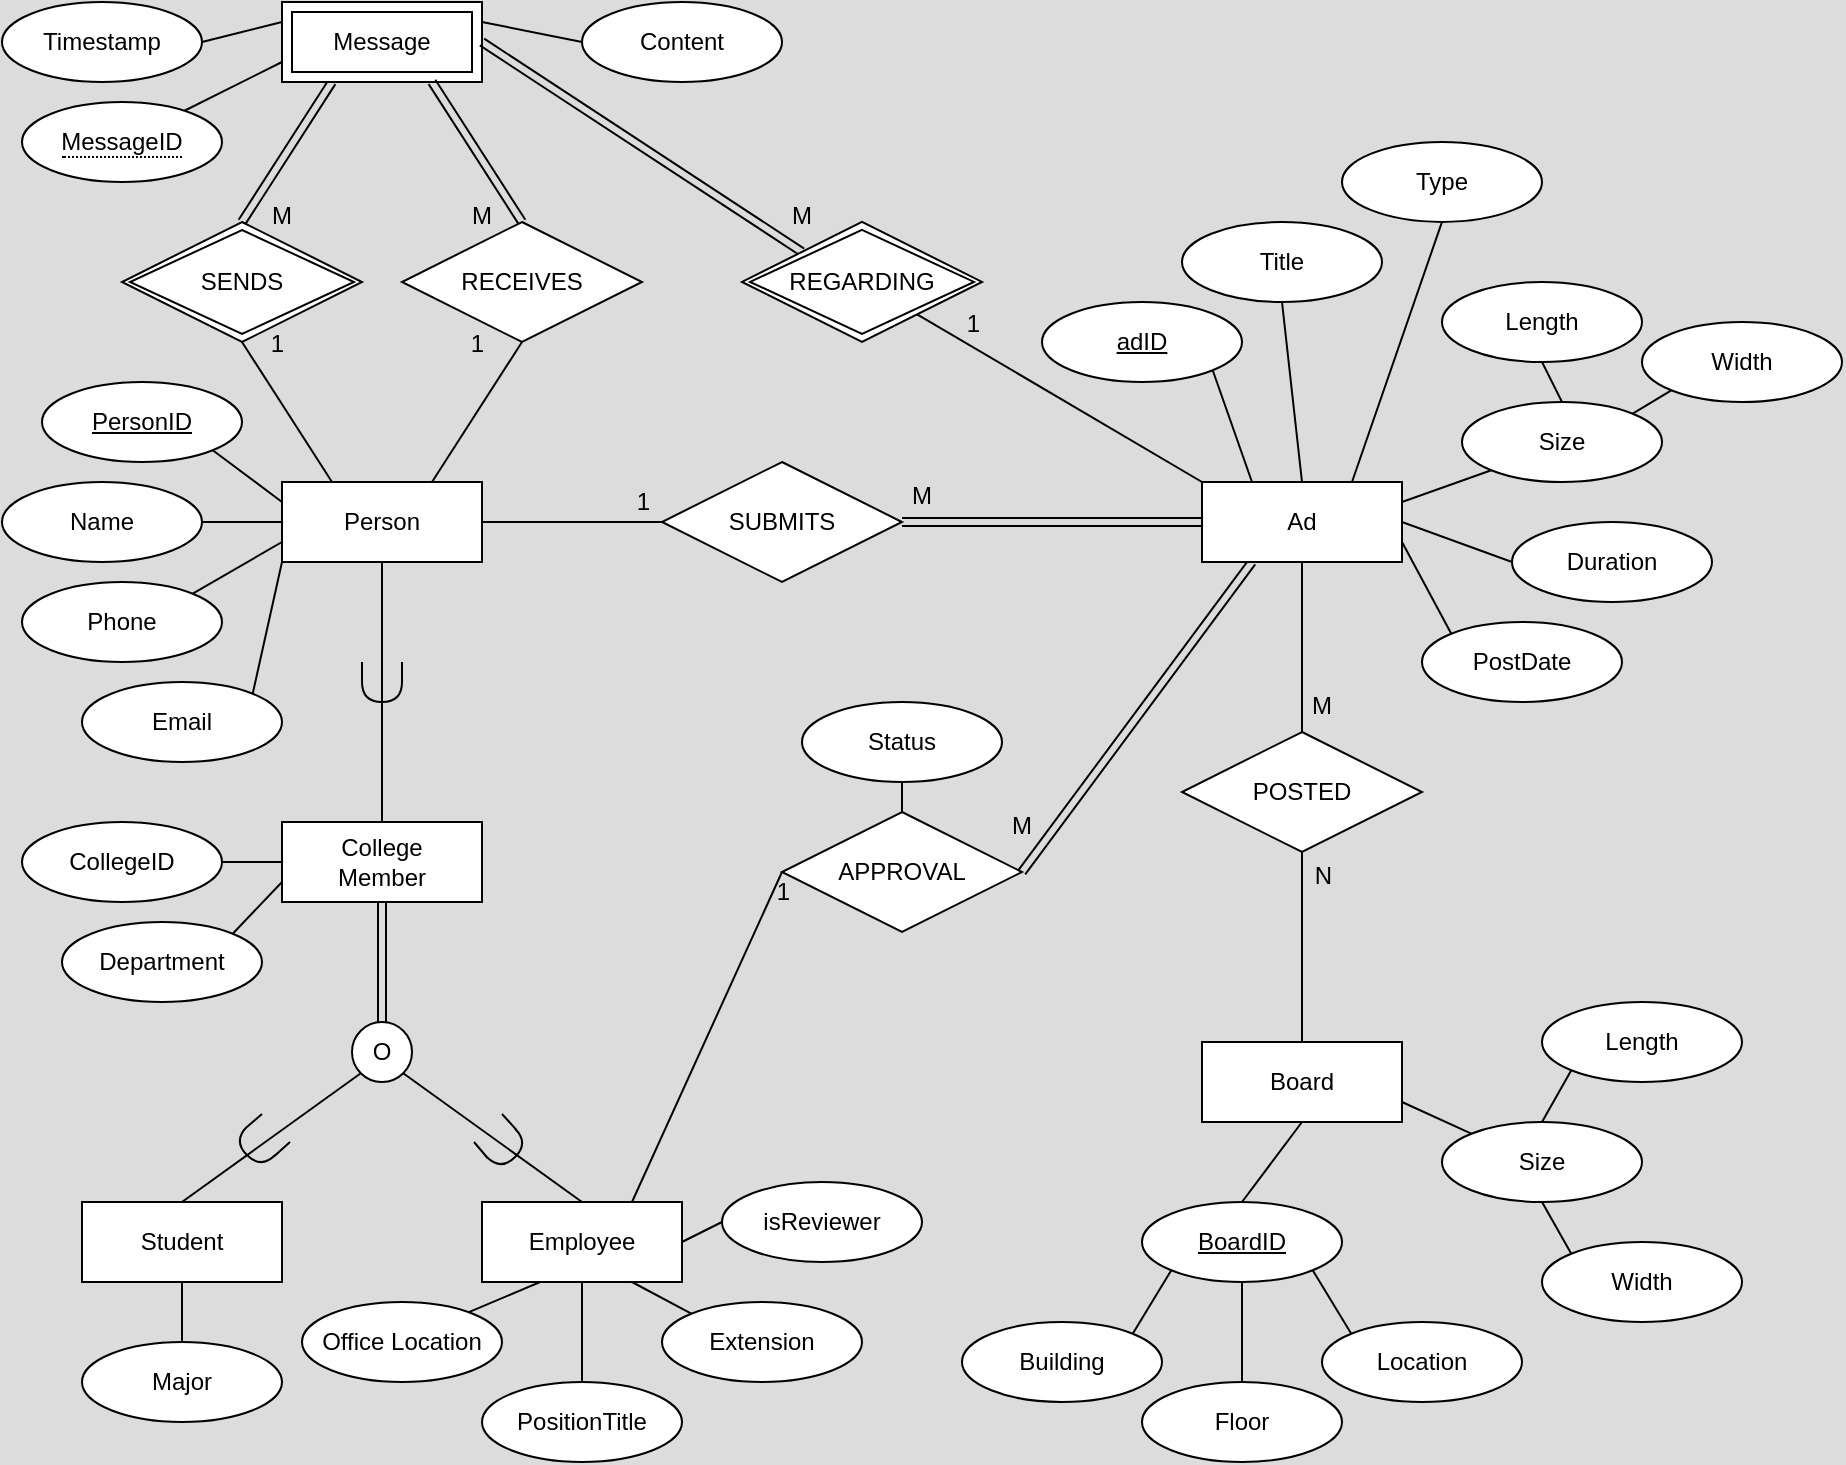
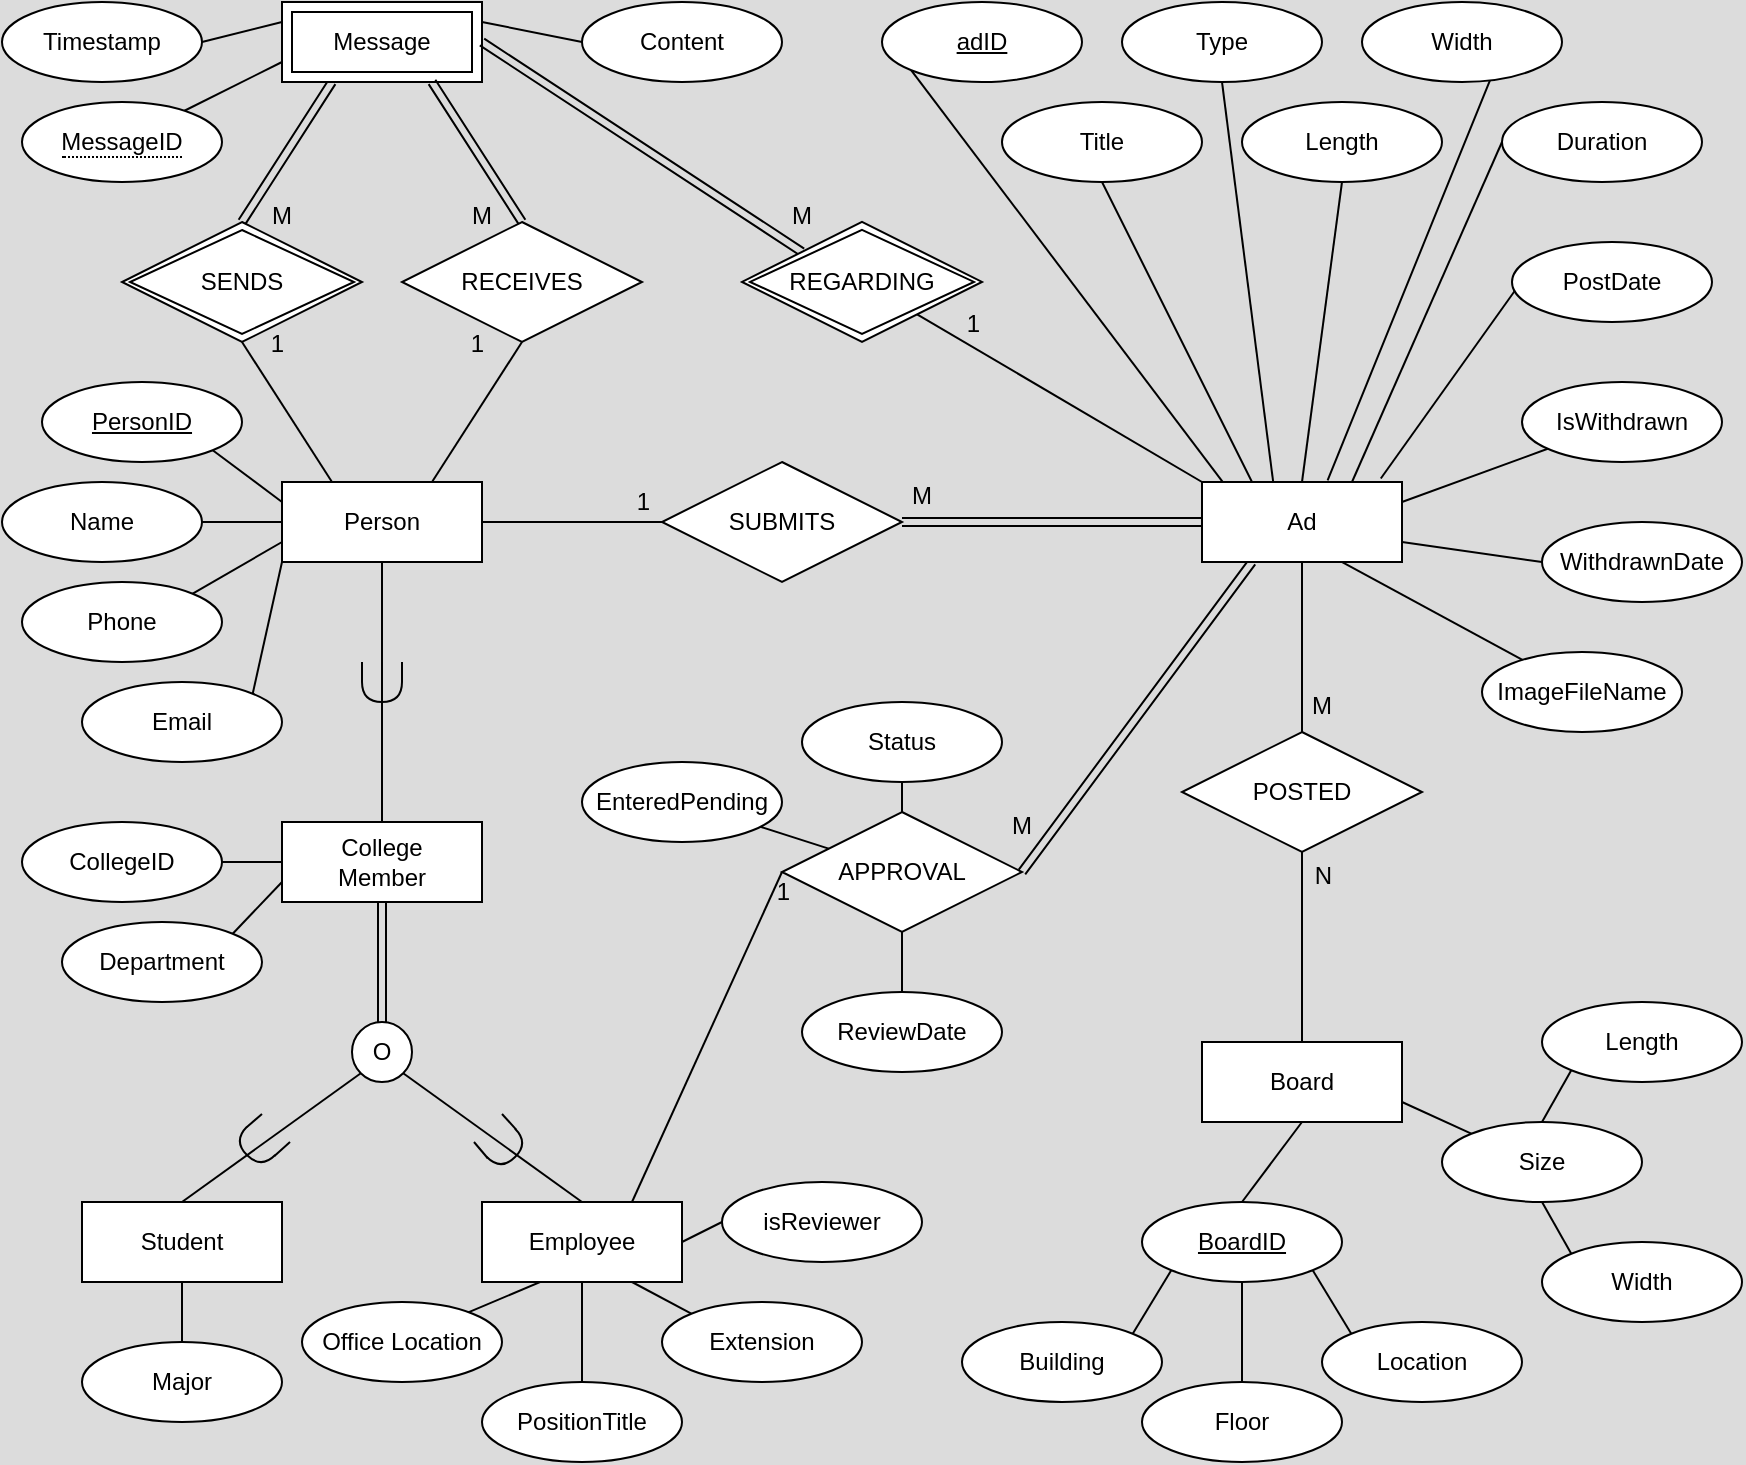
<mxfile host="app.diagrams.net">
  <diagram name="Page-1" id="t_0zIFCbKUCduQw0ADVE">
-     <mxGraphModel dx="-4" dy="1305" grid="1" gridSize="10" guides="1" tooltips="1" connect="1" arrows="1" fold="1" page="1" pageScale="1" pageWidth="850" pageHeight="1100" background="light-dark(#DCDCDC,#1B1B1B)" math="0" shadow="0">
+     <mxGraphModel dx="1204" dy="1111" grid="1" gridSize="10" guides="1" tooltips="1" connect="1" arrows="1" fold="1" page="1" pageScale="1" pageWidth="850" pageHeight="1100" background="light-dark(#DCDCDC,#1B1B1B)" math="0" shadow="0">
      <root>
        <mxCell id="0" />
        <mxCell id="1" parent="0" />
        <mxCell id="K2l_2vHRuqsQ6a_B9al5-7" edge="1" parent="1" source="K2l_2vHRuqsQ6a_B9al5-13" style="edgeStyle=none;rounded=0;orthogonalLoop=1;jettySize=auto;html=1;exitX=0;exitY=0.25;exitDx=0;exitDy=0;entryX=1;entryY=1;entryDx=0;entryDy=0;endArrow=none;endFill=0;" target="K2l_2vHRuqsQ6a_B9al5-15">
          <mxGeometry relative="1" as="geometry" />
        </mxCell>
        <mxCell id="K2l_2vHRuqsQ6a_B9al5-8" edge="1" parent="1" source="K2l_2vHRuqsQ6a_B9al5-13" style="edgeStyle=none;rounded=0;orthogonalLoop=1;jettySize=auto;html=1;exitX=0;exitY=0.5;exitDx=0;exitDy=0;entryX=1;entryY=0.5;entryDx=0;entryDy=0;endArrow=none;endFill=0;" target="K2l_2vHRuqsQ6a_B9al5-14">
          <mxGeometry relative="1" as="geometry" />
        </mxCell>
        <mxCell id="K2l_2vHRuqsQ6a_B9al5-9" edge="1" parent="1" source="K2l_2vHRuqsQ6a_B9al5-13" style="edgeStyle=none;rounded=0;orthogonalLoop=1;jettySize=auto;html=1;exitX=0;exitY=0.75;exitDx=0;exitDy=0;entryX=1;entryY=0;entryDx=0;entryDy=0;endArrow=none;endFill=0;" target="K2l_2vHRuqsQ6a_B9al5-16">
          <mxGeometry relative="1" as="geometry" />
        </mxCell>
        <mxCell id="K2l_2vHRuqsQ6a_B9al5-10" edge="1" parent="1" source="K2l_2vHRuqsQ6a_B9al5-13" style="edgeStyle=none;rounded=0;orthogonalLoop=1;jettySize=auto;html=1;exitX=0;exitY=1;exitDx=0;exitDy=0;entryX=1;entryY=0;entryDx=0;entryDy=0;endArrow=none;endFill=0;" target="K2l_2vHRuqsQ6a_B9al5-17">
          <mxGeometry relative="1" as="geometry" />
        </mxCell>
        <mxCell id="K2l_2vHRuqsQ6a_B9al5-11" edge="1" parent="1" source="K2l_2vHRuqsQ6a_B9al5-13" style="edgeStyle=none;rounded=0;orthogonalLoop=1;jettySize=auto;html=1;exitX=0.25;exitY=0;exitDx=0;exitDy=0;entryX=0.5;entryY=1;entryDx=0;entryDy=0;endArrow=none;endFill=0;" target="K2l_2vHRuqsQ6a_B9al5-105">
          <mxGeometry relative="1" as="geometry">
            <mxPoint x="1460.001962890625" y="259.9481243024554" as="targetPoint" />
          </mxGeometry>
        </mxCell>
        <mxCell id="K2l_2vHRuqsQ6a_B9al5-12" edge="1" parent="1" source="K2l_2vHRuqsQ6a_B9al5-13" style="edgeStyle=none;rounded=0;orthogonalLoop=1;jettySize=auto;html=1;exitX=1;exitY=0.5;exitDx=0;exitDy=0;entryX=0;entryY=0.5;entryDx=0;entryDy=0;endArrow=none;endFill=0;" target="K2l_2vHRuqsQ6a_B9al5-107">
          <mxGeometry relative="1" as="geometry" />
        </mxCell>
        <mxCell id="K2l_2vHRuqsQ6a_B9al5-13" parent="1" style="whiteSpace=wrap;html=1;align=center;" value="Person" vertex="1">
          <mxGeometry height="40" width="100" x="1410.001962890625" y="369.9981243024554" as="geometry" />
        </mxCell>
        <mxCell id="K2l_2vHRuqsQ6a_B9al5-14" parent="1" style="ellipse;whiteSpace=wrap;html=1;align=center;" value="&lt;div&gt;Name&lt;/div&gt;" vertex="1">
          <mxGeometry height="40" width="100" x="1270.001962890625" y="369.9981243024554" as="geometry" />
        </mxCell>
        <mxCell id="K2l_2vHRuqsQ6a_B9al5-15" parent="1" style="ellipse;whiteSpace=wrap;html=1;align=center;fontStyle=4;" value="&lt;div&gt;PersonID&lt;/div&gt;" vertex="1">
          <mxGeometry height="40" width="100" x="1290.001962890625" y="319.9981243024554" as="geometry" />
        </mxCell>
        <mxCell id="K2l_2vHRuqsQ6a_B9al5-16" parent="1" style="ellipse;whiteSpace=wrap;html=1;align=center;" value="Phone" vertex="1">
          <mxGeometry height="40" width="100" x="1280.001962890625" y="419.9981243024554" as="geometry" />
        </mxCell>
        <mxCell id="K2l_2vHRuqsQ6a_B9al5-17" parent="1" style="ellipse;whiteSpace=wrap;html=1;align=center;" value="Email" vertex="1">
          <mxGeometry height="40" width="100" x="1310.001962890625" y="469.9981243024554" as="geometry" />
        </mxCell>
        <mxCell id="K2l_2vHRuqsQ6a_B9al5-18" edge="1" parent="1" source="K2l_2vHRuqsQ6a_B9al5-13" style="edgeStyle=none;rounded=0;orthogonalLoop=1;jettySize=auto;html=1;exitX=0.5;exitY=1;exitDx=0;exitDy=0;entryX=0.5;entryY=0;entryDx=0;entryDy=0;endArrow=none;endFill=0;" target="K2l_2vHRuqsQ6a_B9al5-21">
          <mxGeometry relative="1" as="geometry">
            <mxPoint x="1540.001962890625" y="429.9981243024554" as="sourcePoint" />
          </mxGeometry>
        </mxCell>
        <mxCell id="K2l_2vHRuqsQ6a_B9al5-19" edge="1" parent="1" source="K2l_2vHRuqsQ6a_B9al5-21" style="edgeStyle=none;rounded=0;orthogonalLoop=1;jettySize=auto;html=1;exitX=0;exitY=0.75;exitDx=0;exitDy=0;entryX=1;entryY=0;entryDx=0;entryDy=0;endArrow=none;endFill=0;" target="K2l_2vHRuqsQ6a_B9al5-22">
          <mxGeometry relative="1" as="geometry" />
        </mxCell>
        <mxCell id="K2l_2vHRuqsQ6a_B9al5-20" edge="1" parent="1" source="K2l_2vHRuqsQ6a_B9al5-21" style="edgeStyle=none;rounded=0;orthogonalLoop=1;jettySize=auto;html=1;exitX=0;exitY=0.5;exitDx=0;exitDy=0;entryX=1;entryY=0.5;entryDx=0;entryDy=0;endArrow=none;endFill=0;" target="K2l_2vHRuqsQ6a_B9al5-38">
          <mxGeometry relative="1" as="geometry">
            <mxPoint x="1335.1474834944531" y="524.2236921659096" as="targetPoint" />
          </mxGeometry>
        </mxCell>
        <mxCell id="K2l_2vHRuqsQ6a_B9al5-21" parent="1" style="whiteSpace=wrap;html=1;align=center;" value="&lt;div&gt;College&lt;/div&gt;&lt;div&gt;Member&lt;/div&gt;" vertex="1">
          <mxGeometry height="40" width="100" x="1410.001962890625" y="539.9981243024554" as="geometry" />
        </mxCell>
        <mxCell id="K2l_2vHRuqsQ6a_B9al5-22" parent="1" style="ellipse;whiteSpace=wrap;html=1;align=center;" value="Department" vertex="1">
          <mxGeometry height="40" width="100" x="1300.001962890625" y="589.9981243024554" as="geometry" />
        </mxCell>
        <mxCell id="K2l_2vHRuqsQ6a_B9al5-23" edge="1" parent="1" source="K2l_2vHRuqsQ6a_B9al5-49" style="edgeStyle=none;rounded=0;orthogonalLoop=1;jettySize=auto;html=1;exitX=0;exitY=1;exitDx=0;exitDy=0;entryX=0.5;entryY=0;entryDx=0;entryDy=0;endArrow=none;endFill=0;" target="K2l_2vHRuqsQ6a_B9al5-25">
          <mxGeometry relative="1" as="geometry">
            <mxPoint x="1420.001962890625" y="584.9981243024554" as="sourcePoint" />
          </mxGeometry>
        </mxCell>
        <mxCell id="K2l_2vHRuqsQ6a_B9al5-24" edge="1" parent="1" source="K2l_2vHRuqsQ6a_B9al5-25" style="edgeStyle=none;rounded=0;orthogonalLoop=1;jettySize=auto;html=1;exitX=0.5;exitY=1;exitDx=0;exitDy=0;entryX=0.5;entryY=0;entryDx=0;entryDy=0;endArrow=none;endFill=0;" target="K2l_2vHRuqsQ6a_B9al5-34">
          <mxGeometry relative="1" as="geometry" />
        </mxCell>
        <mxCell id="K2l_2vHRuqsQ6a_B9al5-25" parent="1" style="whiteSpace=wrap;html=1;align=center;" value="Student" vertex="1">
          <mxGeometry height="40" width="100" x="1310.001962890625" y="729.9981243024554" as="geometry" />
        </mxCell>
        <mxCell id="K2l_2vHRuqsQ6a_B9al5-26" edge="1" parent="1" source="K2l_2vHRuqsQ6a_B9al5-30" style="edgeStyle=none;rounded=0;orthogonalLoop=1;jettySize=auto;html=1;exitX=1;exitY=0.25;exitDx=0;exitDy=0;entryX=0;entryY=1;entryDx=0;entryDy=0;endArrow=none;endFill=0;" target="K2l_2vHRuqsQ6a_B9al5-36">
          <mxGeometry relative="1" as="geometry" />
        </mxCell>
        <mxCell id="K2l_2vHRuqsQ6a_B9al5-27" edge="1" parent="1" source="K2l_2vHRuqsQ6a_B9al5-30" style="edgeStyle=none;rounded=0;orthogonalLoop=1;jettySize=auto;html=1;exitX=0.75;exitY=1;exitDx=0;exitDy=0;entryX=0;entryY=0;entryDx=0;entryDy=0;endArrow=none;endFill=0;" target="K2l_2vHRuqsQ6a_B9al5-37">
          <mxGeometry relative="1" as="geometry" />
        </mxCell>
        <mxCell id="K2l_2vHRuqsQ6a_B9al5-28" edge="1" parent="1" source="K2l_2vHRuqsQ6a_B9al5-30" style="edgeStyle=none;rounded=0;orthogonalLoop=1;jettySize=auto;html=1;exitX=0.75;exitY=0;exitDx=0;exitDy=0;entryX=0;entryY=0.5;entryDx=0;entryDy=0;endArrow=none;endFill=0;" target="K2l_2vHRuqsQ6a_B9al5-111">
          <mxGeometry relative="1" as="geometry" />
        </mxCell>
        <mxCell id="K2l_2vHRuqsQ6a_B9al5-29" edge="1" parent="1" source="K2l_2vHRuqsQ6a_B9al5-30" style="edgeStyle=none;rounded=0;orthogonalLoop=1;jettySize=auto;html=1;exitX=1;exitY=0.5;exitDx=0;exitDy=0;entryX=0;entryY=0.5;entryDx=0;entryDy=0;endArrow=none;endFill=0;" target="K2l_2vHRuqsQ6a_B9al5-118">
          <mxGeometry relative="1" as="geometry" />
        </mxCell>
        <mxCell id="K2l_2vHRuqsQ6a_B9al5-30" parent="1" style="whiteSpace=wrap;html=1;align=center;" value="Employee" vertex="1">
          <mxGeometry height="40" width="100" x="1510.001962890625" y="729.9981243024554" as="geometry" />
        </mxCell>
        <mxCell id="K2l_2vHRuqsQ6a_B9al5-32" edge="1" parent="1" source="K2l_2vHRuqsQ6a_B9al5-30" style="edgeStyle=none;rounded=0;orthogonalLoop=1;jettySize=auto;html=1;exitX=0.5;exitY=1;exitDx=0;exitDy=0;entryX=0.5;entryY=0;entryDx=0;entryDy=0;endArrow=none;endFill=0;" target="K2l_2vHRuqsQ6a_B9al5-35">
          <mxGeometry relative="1" as="geometry">
            <mxPoint x="1510.001962890625" y="879.9981243024552" as="sourcePoint" />
          </mxGeometry>
        </mxCell>
        <mxCell id="K2l_2vHRuqsQ6a_B9al5-34" parent="1" style="ellipse;whiteSpace=wrap;html=1;align=center;" value="Major" vertex="1">
          <mxGeometry height="40" width="100" x="1310.001962890625" y="799.9981243024554" as="geometry" />
        </mxCell>
        <mxCell id="K2l_2vHRuqsQ6a_B9al5-35" parent="1" style="ellipse;whiteSpace=wrap;html=1;align=center;" value="PositionTitle" vertex="1">
          <mxGeometry height="40" width="100" x="1510.001962890625" y="819.9981243024554" as="geometry" />
        </mxCell>
        <mxCell id="K2l_2vHRuqsQ6a_B9al5-36" parent="1" style="ellipse;whiteSpace=wrap;html=1;align=center;" value="Office Location" vertex="1">
          <mxGeometry height="40" width="100" x="1420.001962890625" y="779.9981243024554" as="geometry" />
        </mxCell>
        <mxCell id="K2l_2vHRuqsQ6a_B9al5-37" parent="1" style="ellipse;whiteSpace=wrap;html=1;align=center;" value="Extension" vertex="1">
          <mxGeometry height="40" width="100" x="1600.001962890625" y="779.9981243024554" as="geometry" />
        </mxCell>
        <mxCell id="K2l_2vHRuqsQ6a_B9al5-38" parent="1" style="ellipse;whiteSpace=wrap;html=1;align=center;" value="&lt;div align=&quot;center&quot;&gt;CollegeID&lt;/div&gt;" vertex="1">
          <mxGeometry height="40" width="100" x="1280.001962890625" y="539.9981243024554" as="geometry" />
        </mxCell>
        <mxCell id="K2l_2vHRuqsQ6a_B9al5-39" connectable="0" parent="1" style="group;rotation=90;" value="" vertex="1">
          <mxGeometry height="20" width="20" x="1450.001962890625" y="459.9981243024554" as="geometry" />
        </mxCell>
        <mxCell id="K2l_2vHRuqsQ6a_B9al5-40" parent="K2l_2vHRuqsQ6a_B9al5-39" style="shape=requiredInterface;html=1;verticalLabelPosition=bottom;sketch=0;rotation=90;" value="" vertex="1">
          <mxGeometry height="20" width="10" x="5" y="5" as="geometry" />
        </mxCell>
        <mxCell id="K2l_2vHRuqsQ6a_B9al5-41" edge="1" parent="K2l_2vHRuqsQ6a_B9al5-39" style="endArrow=none;html=1;rounded=0;" value="">
          <mxGeometry height="50" relative="1" width="50" as="geometry">
            <mxPoint x="20" as="sourcePoint" />
            <mxPoint x="20" y="10" as="targetPoint" />
          </mxGeometry>
        </mxCell>
        <mxCell id="K2l_2vHRuqsQ6a_B9al5-42" edge="1" parent="K2l_2vHRuqsQ6a_B9al5-39" style="endArrow=none;html=1;rounded=0;" value="">
          <mxGeometry height="50" relative="1" width="50" as="geometry">
            <mxPoint as="sourcePoint" />
            <mxPoint y="10" as="targetPoint" />
          </mxGeometry>
        </mxCell>
        <mxCell id="K2l_2vHRuqsQ6a_B9al5-47" edge="1" parent="1" source="K2l_2vHRuqsQ6a_B9al5-49" style="edgeStyle=none;rounded=0;orthogonalLoop=1;jettySize=auto;html=1;exitX=0.5;exitY=0;exitDx=0;exitDy=0;entryX=0.5;entryY=1;entryDx=0;entryDy=0;endArrow=none;endFill=0;shape=link;" target="K2l_2vHRuqsQ6a_B9al5-21">
          <mxGeometry relative="1" as="geometry">
            <mxPoint x="1460.001962890625" y="634.9981243024554" as="sourcePoint" />
          </mxGeometry>
        </mxCell>
        <mxCell id="K2l_2vHRuqsQ6a_B9al5-48" edge="1" parent="1" source="K2l_2vHRuqsQ6a_B9al5-49" style="edgeStyle=none;rounded=0;orthogonalLoop=1;jettySize=auto;html=1;exitX=1;exitY=1;exitDx=0;exitDy=0;entryX=0.5;entryY=0;entryDx=0;entryDy=0;endArrow=none;endFill=0;" target="K2l_2vHRuqsQ6a_B9al5-30">
          <mxGeometry relative="1" as="geometry" />
        </mxCell>
        <mxCell id="K2l_2vHRuqsQ6a_B9al5-49" parent="1" style="shape=ellipse;html=1;dashed=0;whiteSpace=wrap;aspect=fixed;perimeter=ellipsePerimeter;" value="O" vertex="1">
          <mxGeometry height="30" width="30" x="1445.001962890625" y="639.9981243024554" as="geometry" />
        </mxCell>
        <mxCell id="K2l_2vHRuqsQ6a_B9al5-50" connectable="0" parent="1" style="group;rotation=135;" value="" vertex="1">
          <mxGeometry height="20" width="20" x="1390.001962890625" y="689.9981243024554" as="geometry" />
        </mxCell>
        <mxCell id="K2l_2vHRuqsQ6a_B9al5-51" parent="K2l_2vHRuqsQ6a_B9al5-50" style="shape=requiredInterface;html=1;verticalLabelPosition=bottom;sketch=0;rotation=135;" value="" vertex="1">
          <mxGeometry height="20" width="10" x="1" y="3" as="geometry" />
        </mxCell>
        <mxCell id="K2l_2vHRuqsQ6a_B9al5-52" edge="1" parent="K2l_2vHRuqsQ6a_B9al5-50" style="endArrow=none;html=1;rounded=0;entryX=0.06;entryY=-0.002;entryDx=0;entryDy=0;entryPerimeter=0;" target="K2l_2vHRuqsQ6a_B9al5-51" value="">
          <mxGeometry height="50" relative="1" width="50" as="geometry">
            <mxPoint x="24" y="10" as="sourcePoint" />
            <mxPoint x="17" y="17" as="targetPoint" />
          </mxGeometry>
        </mxCell>
        <mxCell id="K2l_2vHRuqsQ6a_B9al5-53" edge="1" parent="K2l_2vHRuqsQ6a_B9al5-50" style="endArrow=none;html=1;rounded=0;entryX=0.025;entryY=0.999;entryDx=0;entryDy=0;entryPerimeter=0;" target="K2l_2vHRuqsQ6a_B9al5-51" value="">
          <mxGeometry height="50" relative="1" width="50" as="geometry">
            <mxPoint x="10" y="-4" as="sourcePoint" />
            <mxPoint x="3" y="3" as="targetPoint" />
          </mxGeometry>
        </mxCell>
        <mxCell id="K2l_2vHRuqsQ6a_B9al5-54" connectable="0" parent="1" style="group;rotation=45;" value="" vertex="1">
          <mxGeometry height="20" width="20" x="1510.001962890625" y="689.9981243024554" as="geometry" />
        </mxCell>
        <mxCell id="K2l_2vHRuqsQ6a_B9al5-55" parent="K2l_2vHRuqsQ6a_B9al5-54" style="shape=requiredInterface;html=1;verticalLabelPosition=bottom;sketch=0;rotation=45;" value="" vertex="1">
          <mxGeometry height="20" width="10" x="8" y="4" as="geometry" />
        </mxCell>
        <mxCell id="K2l_2vHRuqsQ6a_B9al5-56" edge="1" parent="K2l_2vHRuqsQ6a_B9al5-54" style="endArrow=none;html=1;rounded=0;entryX=0.053;entryY=-0.005;entryDx=0;entryDy=0;entryPerimeter=0;" target="K2l_2vHRuqsQ6a_B9al5-55" value="">
          <mxGeometry height="50" relative="1" width="50" as="geometry">
            <mxPoint x="10" y="-4" as="sourcePoint" />
            <mxPoint x="17" y="3" as="targetPoint" />
          </mxGeometry>
        </mxCell>
        <mxCell id="K2l_2vHRuqsQ6a_B9al5-57" edge="1" parent="K2l_2vHRuqsQ6a_B9al5-54" style="endArrow=none;html=1;rounded=0;entryX=0.076;entryY=1.004;entryDx=0;entryDy=0;entryPerimeter=0;" target="K2l_2vHRuqsQ6a_B9al5-55" value="">
          <mxGeometry height="50" relative="1" width="50" as="geometry">
            <mxPoint x="-4" y="10" as="sourcePoint" />
            <mxPoint x="3" y="17" as="targetPoint" />
          </mxGeometry>
        </mxCell>
-         <mxCell id="K2l_2vHRuqsQ6a_B9al5-58" edge="1" parent="1" source="K2l_2vHRuqsQ6a_B9al5-67" style="edgeStyle=none;rounded=0;orthogonalLoop=1;jettySize=auto;html=1;exitX=0.25;exitY=0;exitDx=0;exitDy=0;entryX=1;entryY=1;entryDx=0;entryDy=0;endArrow=none;endFill=0;" target="K2l_2vHRuqsQ6a_B9al5-69">
-           <mxGeometry relative="1" as="geometry" />
-         </mxCell>
-         <mxCell id="K2l_2vHRuqsQ6a_B9al5-59" edge="1" parent="1" source="K2l_2vHRuqsQ6a_B9al5-67" style="edgeStyle=none;rounded=0;orthogonalLoop=1;jettySize=auto;html=1;exitX=0.75;exitY=0;exitDx=0;exitDy=0;entryX=0.5;entryY=1;entryDx=0;entryDy=0;endArrow=none;endFill=0;" target="K2l_2vHRuqsQ6a_B9al5-68">
-           <mxGeometry relative="1" as="geometry" />
-         </mxCell>
-         <mxCell id="K2l_2vHRuqsQ6a_B9al5-60" edge="1" parent="1" source="K2l_2vHRuqsQ6a_B9al5-67" style="edgeStyle=none;rounded=0;orthogonalLoop=1;jettySize=auto;html=1;exitX=1;exitY=0.25;exitDx=0;exitDy=0;entryX=0;entryY=1;entryDx=0;entryDy=0;endArrow=none;endFill=0;" target="K2l_2vHRuqsQ6a_B9al5-74">
-           <mxGeometry relative="1" as="geometry" />
-         </mxCell>
-         <mxCell id="K2l_2vHRuqsQ6a_B9al5-61" edge="1" parent="1" source="K2l_2vHRuqsQ6a_B9al5-67" style="edgeStyle=none;rounded=0;orthogonalLoop=1;jettySize=auto;html=1;exitX=1;exitY=0.5;exitDx=0;exitDy=0;entryX=0;entryY=0.5;entryDx=0;entryDy=0;endArrow=none;endFill=0;" target="K2l_2vHRuqsQ6a_B9al5-71">
-           <mxGeometry relative="1" as="geometry" />
-         </mxCell>
-         <mxCell id="K2l_2vHRuqsQ6a_B9al5-62" edge="1" parent="1" source="K2l_2vHRuqsQ6a_B9al5-67" style="edgeStyle=none;rounded=0;orthogonalLoop=1;jettySize=auto;html=1;exitX=1;exitY=0.75;exitDx=0;exitDy=0;entryX=0;entryY=0;entryDx=0;entryDy=0;endArrow=none;endFill=0;" target="K2l_2vHRuqsQ6a_B9al5-70">
-           <mxGeometry relative="1" as="geometry" />
-         </mxCell>
-         <mxCell id="K2l_2vHRuqsQ6a_B9al5-63" edge="1" parent="1" source="K2l_2vHRuqsQ6a_B9al5-67" style="edgeStyle=none;rounded=0;orthogonalLoop=1;jettySize=auto;html=1;exitX=0.5;exitY=0;exitDx=0;exitDy=0;entryX=0.5;entryY=1;entryDx=0;entryDy=0;endArrow=none;endFill=0;" target="K2l_2vHRuqsQ6a_B9al5-99">
+         <mxCell id="K2l_2vHRuqsQ6a_B9al5-58" edge="1" parent="1" source="K2l_2vHRuqsQ6a_B9al5-67" style="edgeStyle=none;rounded=0;orthogonalLoop=1;jettySize=auto;html=1;exitX=0.108;exitY=0.014;exitDx=0;exitDy=0;entryX=0;entryY=1;entryDx=0;entryDy=0;endArrow=none;endFill=0;exitPerimeter=0;" target="K2l_2vHRuqsQ6a_B9al5-69">
+           <mxGeometry relative="1" as="geometry" />
+         </mxCell>
+         <mxCell id="K2l_2vHRuqsQ6a_B9al5-59" edge="1" parent="1" source="K2l_2vHRuqsQ6a_B9al5-67" style="edgeStyle=none;rounded=0;orthogonalLoop=1;jettySize=auto;html=1;exitX=0.356;exitY=0.002;exitDx=0;exitDy=0;entryX=0.5;entryY=1;entryDx=0;entryDy=0;endArrow=none;endFill=0;exitPerimeter=0;" target="K2l_2vHRuqsQ6a_B9al5-68">
+           <mxGeometry relative="1" as="geometry" />
+         </mxCell>
+         <mxCell id="K2l_2vHRuqsQ6a_B9al5-61" edge="1" parent="1" source="K2l_2vHRuqsQ6a_B9al5-67" style="edgeStyle=none;rounded=0;orthogonalLoop=1;jettySize=auto;html=1;exitX=0.75;exitY=0;exitDx=0;exitDy=0;entryX=0;entryY=0.5;entryDx=0;entryDy=0;endArrow=none;endFill=0;" target="K2l_2vHRuqsQ6a_B9al5-71">
+           <mxGeometry relative="1" as="geometry" />
+         </mxCell>
+         <mxCell id="K2l_2vHRuqsQ6a_B9al5-62" edge="1" parent="1" source="K2l_2vHRuqsQ6a_B9al5-67" style="edgeStyle=none;rounded=0;orthogonalLoop=1;jettySize=auto;html=1;exitX=0.894;exitY=-0.044;exitDx=0;exitDy=0;entryX=0;entryY=0;entryDx=0;entryDy=0;endArrow=none;endFill=0;exitPerimeter=0;" target="K2l_2vHRuqsQ6a_B9al5-70">
+           <mxGeometry relative="1" as="geometry" />
+         </mxCell>
+         <mxCell id="K2l_2vHRuqsQ6a_B9al5-63" edge="1" parent="1" source="K2l_2vHRuqsQ6a_B9al5-67" style="edgeStyle=none;rounded=0;orthogonalLoop=1;jettySize=auto;html=1;exitX=0.25;exitY=0;exitDx=0;exitDy=0;entryX=0.5;entryY=1;entryDx=0;entryDy=0;endArrow=none;endFill=0;" target="K2l_2vHRuqsQ6a_B9al5-99">
          <mxGeometry relative="1" as="geometry" />
        </mxCell>
        <mxCell id="K2l_2vHRuqsQ6a_B9al5-64" edge="1" parent="1" source="K2l_2vHRuqsQ6a_B9al5-67" style="edgeStyle=none;rounded=0;orthogonalLoop=1;jettySize=auto;html=1;exitX=0.25;exitY=1;exitDx=0;exitDy=0;entryX=1;entryY=0.5;entryDx=0;entryDy=0;endArrow=none;endFill=0;shape=link;" target="K2l_2vHRuqsQ6a_B9al5-111">
          <mxGeometry relative="1" as="geometry" />
        </mxCell>
        <mxCell id="K2l_2vHRuqsQ6a_B9al5-65" edge="1" parent="1" source="K2l_2vHRuqsQ6a_B9al5-67" style="rounded=0;orthogonalLoop=1;jettySize=auto;html=1;exitX=0.5;exitY=1;exitDx=0;exitDy=0;entryX=0.5;entryY=0;entryDx=0;entryDy=0;endArrow=none;endFill=0;" target="K2l_2vHRuqsQ6a_B9al5-115">
          <mxGeometry relative="1" as="geometry" />
        </mxCell>
        <mxCell id="K2l_2vHRuqsQ6a_B9al5-66" edge="1" parent="1" source="K2l_2vHRuqsQ6a_B9al5-67" style="edgeStyle=none;rounded=0;orthogonalLoop=1;jettySize=auto;html=1;exitX=0;exitY=0;exitDx=0;exitDy=0;endArrow=none;endFill=0;" target="K2l_2vHRuqsQ6a_B9al5-124">
          <mxGeometry relative="1" as="geometry" />
        </mxCell>
        <mxCell id="K2l_2vHRuqsQ6a_B9al5-67" parent="1" style="whiteSpace=wrap;html=1;align=center;" value="Ad" vertex="1">
          <mxGeometry height="40" width="100" x="1870.001962890625" y="369.9981243024554" as="geometry" />
        </mxCell>
        <mxCell id="K2l_2vHRuqsQ6a_B9al5-68" parent="1" style="ellipse;whiteSpace=wrap;html=1;align=center;" value="Type" vertex="1">
-           <mxGeometry height="40" width="100" x="1940.001962890625" y="199.94812430245537" as="geometry" />
+           <mxGeometry height="40" width="100" x="1830.001962890625" y="129.99812430245538" as="geometry" />
        </mxCell>
        <mxCell id="K2l_2vHRuqsQ6a_B9al5-69" parent="1" style="ellipse;whiteSpace=wrap;html=1;align=center;fontStyle=4;" value="adID" vertex="1">
-           <mxGeometry height="40" width="100" x="1790.001962890625" y="279.9981243024554" as="geometry" />
+           <mxGeometry height="40" width="100" x="1710.001962890625" y="129.99812430245538" as="geometry" />
        </mxCell>
        <mxCell id="K2l_2vHRuqsQ6a_B9al5-70" parent="1" style="ellipse;whiteSpace=wrap;html=1;align=center;" value="PostDate" vertex="1">
-           <mxGeometry height="40" width="100" x="1980.001962890625" y="439.9981243024554" as="geometry" />
+           <mxGeometry height="40" width="100" x="2025.001962890625" y="249.99812430245538" as="geometry" />
        </mxCell>
        <mxCell id="K2l_2vHRuqsQ6a_B9al5-71" parent="1" style="ellipse;whiteSpace=wrap;html=1;align=center;" value="Duration" vertex="1">
-           <mxGeometry height="40" width="100" x="2025.001962890625" y="389.9981243024554" as="geometry" />
-         </mxCell>
-         <mxCell id="K2l_2vHRuqsQ6a_B9al5-72" edge="1" parent="1" source="K2l_2vHRuqsQ6a_B9al5-74" style="edgeStyle=none;rounded=0;orthogonalLoop=1;jettySize=auto;html=1;exitX=0.5;exitY=0;exitDx=0;exitDy=0;entryX=0.5;entryY=1;entryDx=0;entryDy=0;endArrow=none;endFill=0;" target="K2l_2vHRuqsQ6a_B9al5-75">
-           <mxGeometry relative="1" as="geometry" />
-         </mxCell>
-         <mxCell id="K2l_2vHRuqsQ6a_B9al5-73" edge="1" parent="1" source="K2l_2vHRuqsQ6a_B9al5-74" style="edgeStyle=none;rounded=0;orthogonalLoop=1;jettySize=auto;html=1;exitX=1;exitY=0;exitDx=0;exitDy=0;entryX=0;entryY=1;entryDx=0;entryDy=0;endArrow=none;endFill=0;" target="K2l_2vHRuqsQ6a_B9al5-76">
-           <mxGeometry relative="1" as="geometry" />
-         </mxCell>
-         <mxCell id="K2l_2vHRuqsQ6a_B9al5-74" parent="1" style="ellipse;whiteSpace=wrap;html=1;align=center;" value="Size" vertex="1">
-           <mxGeometry height="40" width="100" x="2000.001962890625" y="329.9981243024554" as="geometry" />
+           <mxGeometry height="40" width="100" x="2020.001962890625" y="179.99812430245538" as="geometry" />
+         </mxCell>
+         <mxCell id="K2l_2vHRuqsQ6a_B9al5-72" edge="1" parent="1" source="K2l_2vHRuqsQ6a_B9al5-67" style="edgeStyle=none;rounded=0;orthogonalLoop=1;jettySize=auto;html=1;exitX=0.5;exitY=0;exitDx=0;exitDy=0;entryX=0.5;entryY=1;entryDx=0;entryDy=0;endArrow=none;endFill=0;" target="K2l_2vHRuqsQ6a_B9al5-75">
+           <mxGeometry relative="1" as="geometry">
+             <mxPoint x="2050.001962890625" y="329.9981243024554" as="sourcePoint" />
+           </mxGeometry>
+         </mxCell>
+         <mxCell id="K2l_2vHRuqsQ6a_B9al5-73" edge="1" parent="1" source="K2l_2vHRuqsQ6a_B9al5-67" style="edgeStyle=none;rounded=0;orthogonalLoop=1;jettySize=auto;html=1;exitX=0.628;exitY=-0.021;exitDx=0;exitDy=0;endArrow=none;endFill=0;exitPerimeter=0;entryX=0.651;entryY=0.91;entryDx=0;entryDy=0;entryPerimeter=0;" target="K2l_2vHRuqsQ6a_B9al5-76">
+           <mxGeometry relative="1" as="geometry">
+             <mxPoint x="2085.2347542154644" y="335.80713890772836" as="sourcePoint" />
+             <mxPoint x="2020" y="170" as="targetPoint" />
+           </mxGeometry>
        </mxCell>
        <mxCell id="K2l_2vHRuqsQ6a_B9al5-75" parent="1" style="ellipse;whiteSpace=wrap;html=1;align=center;" value="Length" vertex="1">
-           <mxGeometry height="40" width="100" x="1990.001962890625" y="269.9981243024554" as="geometry" />
+           <mxGeometry height="40" width="100" x="1890.001962890625" y="179.99812430245538" as="geometry" />
        </mxCell>
        <mxCell id="K2l_2vHRuqsQ6a_B9al5-76" parent="1" style="ellipse;whiteSpace=wrap;html=1;align=center;" value="Width" vertex="1">
-           <mxGeometry height="40" width="100" x="2090.001962890625" y="289.9981243024554" as="geometry" />
+           <mxGeometry height="40" width="100" x="1950.0019628906248" y="129.99812430245538" as="geometry" />
        </mxCell>
        <mxCell id="K2l_2vHRuqsQ6a_B9al5-77" edge="1" parent="1" source="K2l_2vHRuqsQ6a_B9al5-80" style="edgeStyle=none;rounded=0;orthogonalLoop=1;jettySize=auto;html=1;exitX=0.5;exitY=1;exitDx=0;exitDy=0;entryX=0.5;entryY=0;entryDx=0;entryDy=0;endArrow=none;endFill=0;" target="K2l_2vHRuqsQ6a_B9al5-84">
          <mxGeometry relative="1" as="geometry" />
        </mxCell>
        <mxCell id="K2l_2vHRuqsQ6a_B9al5-78" edge="1" parent="1" source="K2l_2vHRuqsQ6a_B9al5-80" style="edgeStyle=none;rounded=0;orthogonalLoop=1;jettySize=auto;html=1;exitX=1;exitY=0.75;exitDx=0;exitDy=0;entryX=0;entryY=0;entryDx=0;entryDy=0;endArrow=none;endFill=0;" target="K2l_2vHRuqsQ6a_B9al5-87">
          <mxGeometry relative="1" as="geometry" />
        </mxCell>
        <mxCell id="K2l_2vHRuqsQ6a_B9al5-79" edge="1" parent="1" source="K2l_2vHRuqsQ6a_B9al5-80" style="edgeStyle=none;rounded=0;orthogonalLoop=1;jettySize=auto;html=1;exitX=0.5;exitY=0;exitDx=0;exitDy=0;entryX=0.5;entryY=1;entryDx=0;entryDy=0;endArrow=none;endFill=0;" target="K2l_2vHRuqsQ6a_B9al5-115">
          <mxGeometry relative="1" as="geometry" />
        </mxCell>
        <mxCell id="K2l_2vHRuqsQ6a_B9al5-80" parent="1" style="whiteSpace=wrap;html=1;align=center;" value="Board" vertex="1">
          <mxGeometry height="40" width="100" x="1870.001962890625" y="649.9981243024554" as="geometry" />
        </mxCell>
        <mxCell id="K2l_2vHRuqsQ6a_B9al5-81" edge="1" parent="1" source="K2l_2vHRuqsQ6a_B9al5-84" style="edgeStyle=none;rounded=0;orthogonalLoop=1;jettySize=auto;html=1;exitX=1;exitY=1;exitDx=0;exitDy=0;entryX=0;entryY=0;entryDx=0;entryDy=0;endArrow=none;endFill=0;" target="K2l_2vHRuqsQ6a_B9al5-90">
          <mxGeometry relative="1" as="geometry" />
        </mxCell>
        <mxCell id="K2l_2vHRuqsQ6a_B9al5-82" edge="1" parent="1" source="K2l_2vHRuqsQ6a_B9al5-84" style="edgeStyle=none;rounded=0;orthogonalLoop=1;jettySize=auto;html=1;exitX=0.5;exitY=1;exitDx=0;exitDy=0;entryX=0.5;entryY=0;entryDx=0;entryDy=0;endArrow=none;endFill=0;" target="K2l_2vHRuqsQ6a_B9al5-89">
          <mxGeometry relative="1" as="geometry" />
        </mxCell>
        <mxCell id="K2l_2vHRuqsQ6a_B9al5-83" edge="1" parent="1" source="K2l_2vHRuqsQ6a_B9al5-84" style="edgeStyle=none;rounded=0;orthogonalLoop=1;jettySize=auto;html=1;exitX=0;exitY=1;exitDx=0;exitDy=0;entryX=1;entryY=0;entryDx=0;entryDy=0;endArrow=none;endFill=0;" target="K2l_2vHRuqsQ6a_B9al5-88">
          <mxGeometry relative="1" as="geometry" />
        </mxCell>
        <mxCell id="K2l_2vHRuqsQ6a_B9al5-84" parent="1" style="ellipse;whiteSpace=wrap;html=1;align=center;fontStyle=4;" value="BoardID" vertex="1">
          <mxGeometry height="40" width="100" x="1840.001962890625" y="729.9981243024554" as="geometry" />
        </mxCell>
        <mxCell id="K2l_2vHRuqsQ6a_B9al5-85" edge="1" parent="1" source="K2l_2vHRuqsQ6a_B9al5-87" style="edgeStyle=none;rounded=0;orthogonalLoop=1;jettySize=auto;html=1;exitX=0.5;exitY=0;exitDx=0;exitDy=0;entryX=0;entryY=1;entryDx=0;entryDy=0;endArrow=none;endFill=0;" target="K2l_2vHRuqsQ6a_B9al5-91">
          <mxGeometry relative="1" as="geometry" />
        </mxCell>
        <mxCell id="K2l_2vHRuqsQ6a_B9al5-86" edge="1" parent="1" source="K2l_2vHRuqsQ6a_B9al5-87" style="edgeStyle=none;rounded=0;orthogonalLoop=1;jettySize=auto;html=1;exitX=0.5;exitY=1;exitDx=0;exitDy=0;entryX=0;entryY=0;entryDx=0;entryDy=0;endArrow=none;endFill=0;" target="K2l_2vHRuqsQ6a_B9al5-92">
          <mxGeometry relative="1" as="geometry" />
        </mxCell>
        <mxCell id="K2l_2vHRuqsQ6a_B9al5-87" parent="1" style="ellipse;whiteSpace=wrap;html=1;align=center;" value="Size" vertex="1">
          <mxGeometry height="40" width="100" x="1990.001962890625" y="689.9981243024554" as="geometry" />
        </mxCell>
        <mxCell id="K2l_2vHRuqsQ6a_B9al5-88" parent="1" style="ellipse;whiteSpace=wrap;html=1;align=center;" value="Building" vertex="1">
          <mxGeometry height="40" width="100" x="1750.001962890625" y="789.9981243024554" as="geometry" />
        </mxCell>
        <mxCell id="K2l_2vHRuqsQ6a_B9al5-89" parent="1" style="ellipse;whiteSpace=wrap;html=1;align=center;" value="Floor" vertex="1">
          <mxGeometry height="40" width="100" x="1840.001962890625" y="819.9981243024554" as="geometry" />
        </mxCell>
        <mxCell id="K2l_2vHRuqsQ6a_B9al5-90" parent="1" style="ellipse;whiteSpace=wrap;html=1;align=center;" value="Location" vertex="1">
          <mxGeometry height="40" width="100" x="1930.001962890625" y="789.9981243024554" as="geometry" />
        </mxCell>
        <mxCell id="K2l_2vHRuqsQ6a_B9al5-91" parent="1" style="ellipse;whiteSpace=wrap;html=1;align=center;" value="Length" vertex="1">
          <mxGeometry height="40" width="100" x="2040.001962890625" y="629.9981243024554" as="geometry" />
        </mxCell>
        <mxCell id="K2l_2vHRuqsQ6a_B9al5-92" parent="1" style="ellipse;whiteSpace=wrap;html=1;align=center;" value="Width" vertex="1">
          <mxGeometry height="40" width="100" x="2040.001962890625" y="749.9981243024554" as="geometry" />
        </mxCell>
        <mxCell id="K2l_2vHRuqsQ6a_B9al5-93" edge="1" parent="1" source="K2l_2vHRuqsQ6a_B9al5-103" style="edgeStyle=none;rounded=0;orthogonalLoop=1;jettySize=auto;html=1;exitX=1;exitY=0.25;exitDx=0;exitDy=0;entryX=0;entryY=0.5;entryDx=0;entryDy=0;endArrow=none;endFill=0;" target="K2l_2vHRuqsQ6a_B9al5-98">
          <mxGeometry relative="1" as="geometry" />
        </mxCell>
        <mxCell id="K2l_2vHRuqsQ6a_B9al5-94" parent="1" style="whiteSpace=wrap;html=1;align=center;" value="Message" vertex="1">
          <mxGeometry height="40" width="100" x="1410.001962890625" y="129.99812430245538" as="geometry" />
        </mxCell>
        <mxCell id="K2l_2vHRuqsQ6a_B9al5-95" edge="1" parent="1" source="K2l_2vHRuqsQ6a_B9al5-104" style="edgeStyle=none;rounded=0;orthogonalLoop=1;jettySize=auto;html=1;entryX=0;entryY=0.75;entryDx=0;entryDy=0;endArrow=none;endFill=0;" target="K2l_2vHRuqsQ6a_B9al5-94">
          <mxGeometry relative="1" as="geometry">
            <mxPoint x="1370.001962890625" y="159.99812430245538" as="sourcePoint" />
          </mxGeometry>
        </mxCell>
        <mxCell id="K2l_2vHRuqsQ6a_B9al5-96" edge="1" parent="1" source="K2l_2vHRuqsQ6a_B9al5-97" style="edgeStyle=none;rounded=0;orthogonalLoop=1;jettySize=auto;html=1;exitX=1;exitY=0.5;exitDx=0;exitDy=0;entryX=0;entryY=0.25;entryDx=0;entryDy=0;endArrow=none;endFill=0;" target="K2l_2vHRuqsQ6a_B9al5-103">
          <mxGeometry relative="1" as="geometry" />
        </mxCell>
        <mxCell id="K2l_2vHRuqsQ6a_B9al5-97" parent="1" style="ellipse;whiteSpace=wrap;html=1;align=center;" value="Timestamp" vertex="1">
          <mxGeometry height="40" width="100" x="1270.001962890625" y="129.99812430245538" as="geometry" />
        </mxCell>
        <mxCell id="K2l_2vHRuqsQ6a_B9al5-98" parent="1" style="ellipse;whiteSpace=wrap;html=1;align=center;" value="Content" vertex="1">
          <mxGeometry height="40" width="100" x="1560.001962890625" y="129.99812430245538" as="geometry" />
        </mxCell>
        <mxCell id="K2l_2vHRuqsQ6a_B9al5-99" parent="1" style="ellipse;whiteSpace=wrap;html=1;align=center;" value="Title" vertex="1">
-           <mxGeometry height="40" width="100" x="1860.001962890625" y="239.99812430245538" as="geometry" />
+           <mxGeometry height="40" width="100" x="1770.001962890625" y="179.99812430245538" as="geometry" />
        </mxCell>
        <mxCell id="K2l_2vHRuqsQ6a_B9al5-100" edge="1" parent="1" source="K2l_2vHRuqsQ6a_B9al5-105" style="edgeStyle=none;rounded=0;orthogonalLoop=1;jettySize=auto;html=1;exitX=0.5;exitY=0;exitDx=0;exitDy=0;entryX=0.25;entryY=1;entryDx=0;entryDy=0;endArrow=none;endFill=0;shape=link;" target="K2l_2vHRuqsQ6a_B9al5-103">
          <mxGeometry relative="1" as="geometry">
            <mxPoint x="1460.001962890625" y="239.94812430245543" as="sourcePoint" />
          </mxGeometry>
        </mxCell>
        <mxCell id="K2l_2vHRuqsQ6a_B9al5-101" connectable="0" parent="1" style="resizable=0;html=1;whiteSpace=wrap;align=right;verticalAlign=bottom;" value="M" vertex="1">
          <mxGeometry x="1440.0061913996544" y="319.9981243024554" as="geometry">
            <mxPoint x="-24" y="-74" as="offset" />
          </mxGeometry>
        </mxCell>
        <mxCell id="K2l_2vHRuqsQ6a_B9al5-102" connectable="0" parent="1" style="resizable=0;html=1;whiteSpace=wrap;align=right;verticalAlign=bottom;" value="1" vertex="1">
          <mxGeometry x="1412.501962890625" y="309.99833738023113" as="geometry" />
        </mxCell>
        <mxCell id="K2l_2vHRuqsQ6a_B9al5-103" parent="1" style="shape=ext;margin=3;double=1;whiteSpace=wrap;html=1;align=center;" value="Message" vertex="1">
          <mxGeometry height="40" width="100" x="1410.001962890625" y="129.99812430245538" as="geometry" />
        </mxCell>
        <mxCell id="K2l_2vHRuqsQ6a_B9al5-104" parent="1" style="ellipse;whiteSpace=wrap;html=1;align=center;" value="&lt;span style=&quot;border-bottom: 1px dotted;&quot;&gt;MessageID&lt;/span&gt;" vertex="1">
          <mxGeometry height="40" width="100" x="1280.001962890625" y="179.99812430245538" as="geometry" />
        </mxCell>
        <mxCell id="K2l_2vHRuqsQ6a_B9al5-105" parent="1" style="shape=rhombus;double=1;perimeter=rhombusPerimeter;whiteSpace=wrap;html=1;align=center;" value="SENDS" vertex="1">
          <mxGeometry height="60" width="120" x="1330.001962890625" y="239.99812430245538" as="geometry" />
        </mxCell>
        <mxCell id="K2l_2vHRuqsQ6a_B9al5-106" edge="1" parent="1" source="K2l_2vHRuqsQ6a_B9al5-107" style="edgeStyle=none;rounded=0;orthogonalLoop=1;jettySize=auto;html=1;exitX=1;exitY=0.5;exitDx=0;exitDy=0;entryX=0;entryY=0.5;entryDx=0;entryDy=0;endArrow=none;endFill=0;shape=link;" target="K2l_2vHRuqsQ6a_B9al5-67">
          <mxGeometry relative="1" as="geometry" />
        </mxCell>
        <mxCell id="K2l_2vHRuqsQ6a_B9al5-107" parent="1" style="shape=rhombus;perimeter=rhombusPerimeter;whiteSpace=wrap;html=1;align=center;" value="SUBMITS" vertex="1">
          <mxGeometry height="60" width="120" x="1600.001962890625" y="359.9981243024554" as="geometry" />
        </mxCell>
        <mxCell id="K2l_2vHRuqsQ6a_B9al5-108" connectable="0" parent="1" style="resizable=0;html=1;whiteSpace=wrap;align=right;verticalAlign=bottom;" value="1" vertex="1">
          <mxGeometry x="1580.001962890625" y="379.9981243024554" as="geometry">
            <mxPoint x="15" y="9" as="offset" />
          </mxGeometry>
        </mxCell>
        <mxCell id="K2l_2vHRuqsQ6a_B9al5-109" connectable="0" parent="1" style="resizable=0;html=1;whiteSpace=wrap;align=right;verticalAlign=bottom;" value="M" vertex="1">
          <mxGeometry x="1760.001962890625" y="459.9981243024554" as="geometry">
            <mxPoint x="-24" y="-74" as="offset" />
          </mxGeometry>
        </mxCell>
        <mxCell id="K2l_2vHRuqsQ6a_B9al5-110" edge="1" parent="1" source="K2l_2vHRuqsQ6a_B9al5-111" style="edgeStyle=none;rounded=0;orthogonalLoop=1;jettySize=auto;html=1;exitX=0.5;exitY=0;exitDx=0;exitDy=0;entryX=0.5;entryY=1;entryDx=0;entryDy=0;endArrow=none;endFill=0;" target="K2l_2vHRuqsQ6a_B9al5-117">
          <mxGeometry relative="1" as="geometry" />
        </mxCell>
        <mxCell id="K2l_2vHRuqsQ6a_B9al5-111" parent="1" style="shape=rhombus;perimeter=rhombusPerimeter;whiteSpace=wrap;html=1;align=center;" value="APPROVAL" vertex="1">
          <mxGeometry height="60" width="120" x="1660.001962890625" y="534.9981243024554" as="geometry" />
        </mxCell>
        <mxCell id="K2l_2vHRuqsQ6a_B9al5-112" connectable="0" parent="1" style="resizable=0;html=1;whiteSpace=wrap;align=right;verticalAlign=bottom;" value="M" vertex="1">
          <mxGeometry x="1960.001962890625" y="564.9981243024554" as="geometry">
            <mxPoint x="-24" y="-74" as="offset" />
          </mxGeometry>
        </mxCell>
        <mxCell id="K2l_2vHRuqsQ6a_B9al5-113" connectable="0" parent="1" style="resizable=0;html=1;whiteSpace=wrap;align=right;verticalAlign=bottom;" value="1" vertex="1">
          <mxGeometry x="1650.001962890625" y="574.9981243024554" as="geometry">
            <mxPoint x="15" y="9" as="offset" />
          </mxGeometry>
        </mxCell>
        <mxCell id="K2l_2vHRuqsQ6a_B9al5-114" connectable="0" parent="1" style="resizable=0;html=1;whiteSpace=wrap;align=right;verticalAlign=bottom;" value="M" vertex="1">
          <mxGeometry x="1810.001962890625" y="624.9981243024554" as="geometry">
            <mxPoint x="-24" y="-74" as="offset" />
          </mxGeometry>
        </mxCell>
        <mxCell id="K2l_2vHRuqsQ6a_B9al5-115" parent="1" style="shape=rhombus;perimeter=rhombusPerimeter;whiteSpace=wrap;html=1;align=center;" value="POSTED" vertex="1">
          <mxGeometry height="60" width="120" x="1860.001962890625" y="494.9981243024554" as="geometry" />
        </mxCell>
        <mxCell id="K2l_2vHRuqsQ6a_B9al5-116" connectable="0" parent="1" style="resizable=0;html=1;whiteSpace=wrap;align=right;verticalAlign=bottom;" value="N" vertex="1">
          <mxGeometry x="1960.001962890625" y="649.9981243024554" as="geometry">
            <mxPoint x="-24" y="-74" as="offset" />
          </mxGeometry>
        </mxCell>
        <mxCell id="K2l_2vHRuqsQ6a_B9al5-117" parent="1" style="ellipse;whiteSpace=wrap;html=1;align=center;" value="Status" vertex="1">
          <mxGeometry height="40" width="100" x="1670.001962890625" y="479.9981243024554" as="geometry" />
        </mxCell>
        <mxCell id="K2l_2vHRuqsQ6a_B9al5-118" parent="1" style="ellipse;whiteSpace=wrap;html=1;align=center;" value="&lt;div&gt;isReviewer&lt;/div&gt;" vertex="1">
          <mxGeometry height="40" width="100" x="1630.001962890625" y="719.9981243024554" as="geometry" />
        </mxCell>
        <mxCell id="K2l_2vHRuqsQ6a_B9al5-119" edge="1" parent="1" source="K2l_2vHRuqsQ6a_B9al5-127" style="edgeStyle=none;rounded=0;orthogonalLoop=1;jettySize=auto;html=1;exitX=0.5;exitY=1;exitDx=0;exitDy=0;entryX=0.75;entryY=0;entryDx=0;entryDy=0;endArrow=none;endFill=0;" target="K2l_2vHRuqsQ6a_B9al5-13">
          <mxGeometry relative="1" as="geometry">
            <mxPoint x="1530.0019628906252" y="299.9481243024552" as="sourcePoint" />
          </mxGeometry>
        </mxCell>
        <mxCell id="K2l_2vHRuqsQ6a_B9al5-120" edge="1" parent="1" source="K2l_2vHRuqsQ6a_B9al5-127" style="edgeStyle=none;rounded=0;orthogonalLoop=1;jettySize=auto;html=1;exitX=0.5;exitY=0;exitDx=0;exitDy=0;entryX=0.75;entryY=1;entryDx=0;entryDy=0;endArrow=none;endFill=0;shape=link;" target="K2l_2vHRuqsQ6a_B9al5-103">
          <mxGeometry relative="1" as="geometry">
            <mxPoint x="1530.0019628906252" y="239.94812430245543" as="sourcePoint" />
          </mxGeometry>
        </mxCell>
        <mxCell id="K2l_2vHRuqsQ6a_B9al5-121" connectable="0" parent="1" style="resizable=0;html=1;whiteSpace=wrap;align=right;verticalAlign=bottom;" value="M" vertex="1">
          <mxGeometry x="1540.0061913996544" y="319.9981243024554" as="geometry">
            <mxPoint x="-24" y="-74" as="offset" />
          </mxGeometry>
        </mxCell>
        <mxCell id="K2l_2vHRuqsQ6a_B9al5-122" connectable="0" parent="1" style="resizable=0;html=1;whiteSpace=wrap;align=right;verticalAlign=bottom;" value="1" vertex="1">
          <mxGeometry x="1512.501962890625" y="309.99833738023113" as="geometry" />
        </mxCell>
        <mxCell id="K2l_2vHRuqsQ6a_B9al5-123" edge="1" parent="1" source="K2l_2vHRuqsQ6a_B9al5-124" style="edgeStyle=none;rounded=0;orthogonalLoop=1;jettySize=auto;html=1;exitX=0;exitY=0;exitDx=0;exitDy=0;entryX=1;entryY=0.5;entryDx=0;entryDy=0;endArrow=none;endFill=0;shape=link;" target="K2l_2vHRuqsQ6a_B9al5-103">
          <mxGeometry relative="1" as="geometry" />
        </mxCell>
        <mxCell id="K2l_2vHRuqsQ6a_B9al5-124" parent="1" style="shape=rhombus;double=1;perimeter=rhombusPerimeter;whiteSpace=wrap;html=1;align=center;" value="REGARDING" vertex="1">
          <mxGeometry height="60" width="120" x="1640.001962890625" y="239.94812430245537" as="geometry" />
        </mxCell>
        <mxCell id="K2l_2vHRuqsQ6a_B9al5-125" connectable="0" parent="1" style="resizable=0;html=1;whiteSpace=wrap;align=right;verticalAlign=bottom;" value="M" vertex="1">
          <mxGeometry x="1700.001962890625" y="319.9981243024554" as="geometry">
            <mxPoint x="-24" y="-74" as="offset" />
          </mxGeometry>
        </mxCell>
        <mxCell id="K2l_2vHRuqsQ6a_B9al5-126" connectable="0" parent="1" style="resizable=0;html=1;whiteSpace=wrap;align=right;verticalAlign=bottom;" value="1" vertex="1">
          <mxGeometry x="1760.001962890625" y="299.94812430245537" as="geometry" />
        </mxCell>
        <mxCell id="K2l_2vHRuqsQ6a_B9al5-127" parent="1" style="shape=rhombus;perimeter=rhombusPerimeter;whiteSpace=wrap;html=1;align=center;" value="RECEIVES" vertex="1">
          <mxGeometry height="60" width="120" x="1470.001962890625" y="239.99812430245538" as="geometry" />
+         </mxCell>
+         <mxCell id="WQBnyXu4spn6toCbCc9T-10" edge="1" parent="1" source="WQBnyXu4spn6toCbCc9T-4" style="edgeStyle=none;rounded=0;orthogonalLoop=1;jettySize=auto;html=1;entryX=1;entryY=0.25;entryDx=0;entryDy=0;endArrow=none;endFill=0;" target="K2l_2vHRuqsQ6a_B9al5-67">
+           <mxGeometry relative="1" as="geometry" />
+         </mxCell>
+         <mxCell id="WQBnyXu4spn6toCbCc9T-4" parent="1" style="ellipse;whiteSpace=wrap;html=1;align=center;" value="IsWithdrawn" vertex="1">
+           <mxGeometry height="40" width="100" x="2030" y="320" as="geometry" />
+         </mxCell>
+         <mxCell id="WQBnyXu4spn6toCbCc9T-5" parent="1" style="ellipse;whiteSpace=wrap;html=1;align=center;" value="WithdrawnDate" vertex="1">
+           <mxGeometry height="40" width="100" x="2040" y="390" as="geometry" />
+         </mxCell>
+         <mxCell id="WQBnyXu4spn6toCbCc9T-6" parent="1" style="ellipse;whiteSpace=wrap;html=1;align=center;" value="ImageFileName" vertex="1">
+           <mxGeometry height="40" width="100" x="2010" y="455" as="geometry" />
+         </mxCell>
+         <mxCell id="WQBnyXu4spn6toCbCc9T-11" edge="1" parent="1" source="WQBnyXu4spn6toCbCc9T-5" style="edgeStyle=none;rounded=0;orthogonalLoop=1;jettySize=auto;html=1;entryX=1;entryY=0.75;entryDx=0;entryDy=0;exitX=0;exitY=0.5;exitDx=0;exitDy=0;endArrow=none;endFill=0;" target="K2l_2vHRuqsQ6a_B9al5-67">
+           <mxGeometry relative="1" as="geometry" />
+         </mxCell>
+         <mxCell id="WQBnyXu4spn6toCbCc9T-12" edge="1" parent="1" source="WQBnyXu4spn6toCbCc9T-6" style="edgeStyle=none;rounded=0;orthogonalLoop=1;jettySize=auto;html=1;entryX=0.701;entryY=1.002;entryDx=0;entryDy=0;entryPerimeter=0;endArrow=none;endFill=0;" target="K2l_2vHRuqsQ6a_B9al5-67">
+           <mxGeometry relative="1" as="geometry" />
+         </mxCell>
+         <mxCell id="WQBnyXu4spn6toCbCc9T-14" edge="1" parent="1" source="WQBnyXu4spn6toCbCc9T-13" style="edgeStyle=none;rounded=0;orthogonalLoop=1;jettySize=auto;html=1;entryX=0.5;entryY=1;entryDx=0;entryDy=0;endArrow=none;endFill=0;" target="K2l_2vHRuqsQ6a_B9al5-111">
+           <mxGeometry relative="1" as="geometry" />
+         </mxCell>
+         <mxCell id="WQBnyXu4spn6toCbCc9T-13" parent="1" style="ellipse;whiteSpace=wrap;html=1;align=center;" value="ReviewDate" vertex="1">
+           <mxGeometry height="40" width="100" x="1670" y="625" as="geometry" />
+         </mxCell>
+         <mxCell id="WQBnyXu4spn6toCbCc9T-16" edge="1" parent="1" source="WQBnyXu4spn6toCbCc9T-15" style="edgeStyle=none;rounded=0;orthogonalLoop=1;jettySize=auto;html=1;endArrow=none;endFill=0;" target="K2l_2vHRuqsQ6a_B9al5-111">
+           <mxGeometry relative="1" as="geometry" />
+         </mxCell>
+         <mxCell id="WQBnyXu4spn6toCbCc9T-15" parent="1" style="ellipse;whiteSpace=wrap;html=1;align=center;" value="EnteredPending" vertex="1">
+           <mxGeometry height="40" width="100" x="1560" y="510" as="geometry" />
        </mxCell>
      </root>
    </mxGraphModel>
  </diagram>
</mxfile>
